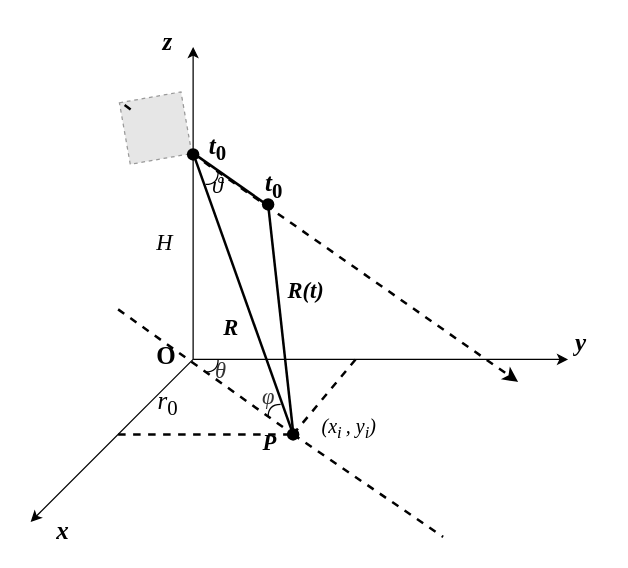
Above: forward-looking.drawio in LFNing/General (draw.io), before the change. Source tidied: cells renumbered, new cells numbered last; positions are measured from the earlier drawing's top-left corner, leaving out a move shared by most shapes. Both pictures are drawn from the tidied source at 125%, with x=0, y=0 at pixel (30, 21). Pictures stored in the file or linked from it are replaced by grey dashed boxes.
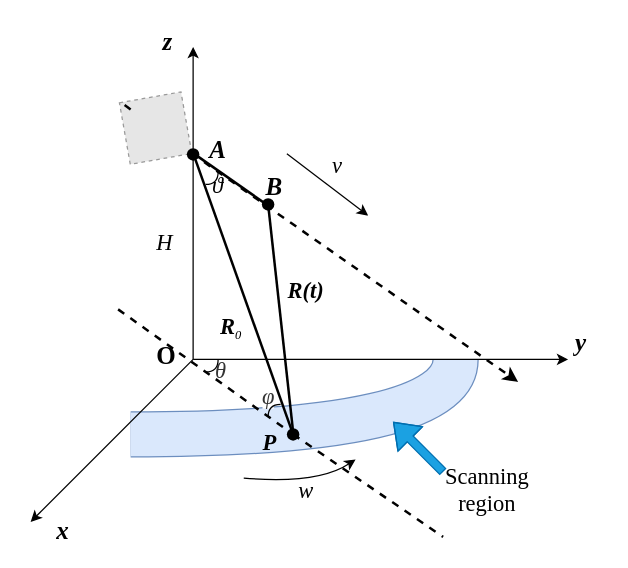
After the change.

Change to the diagram source:
```diff
@@
+    <mxCell id="39" style="shape=filledEdge;rounded=0;fixDash=1;endArrow=none;strokeWidth=37;fillColor=#dae8fc;edgeStyle=orthogonalEdgeStyle;html=1;strokeColor=#6c8ebf;curved=1;" parent="1" edge="1">
+      <mxGeometry relative="1" as="geometry">
+        <mxPoint x="80" y="330" as="sourcePoint" />
+        <mxPoint x="340" y="270" as="targetPoint" />
+        <Array as="points">
+          <mxPoint x="340" y="330" />
+        </Array>
+      </mxGeometry>
+    </mxCell>
@@
-    <mxCell id="19" value="&lt;i style=&quot;font-size: 18px;&quot;&gt;&lt;b&gt;R&lt;/b&gt;&lt;/i&gt;" style="text;html=1;align=center;verticalAlign=middle;fillColor=none;strokeColor=none;rounded=0;fontFamily=Times New Roman;fontSize=11;" parent="1" vertex="1">
+    <mxCell id="19" value="&lt;b style=&quot;font-size: 18px; font-style: italic;&quot;&gt;R&lt;/b&gt;&lt;sub style=&quot;&quot;&gt;&lt;i style=&quot;&quot;&gt;&lt;font style=&quot;font-size: 10px;&quot;&gt;0&lt;/font&gt;&lt;/i&gt;&lt;/sub&gt;" style="text;html=1;align=center;verticalAlign=middle;fillColor=none;strokeColor=none;rounded=0;fontFamily=Times New Roman;fontSize=11;" parent="1" vertex="1">
       <mxGeometry x="140" y="225" width="40" height="40" as="geometry" />
     </mxCell>
@@
-    <mxCell id="32" style="endArrow=none;dashed=1;html=1;strokeWidth=2;rounded=0;startArrow=none;" parent="1" edge="1">
-      <mxGeometry relative="1" as="geometry">
-        <mxPoint x="70" y="330" as="sourcePoint" />
-        <mxPoint x="210" y="330" as="targetPoint" />
-      </mxGeometry>
-    </mxCell>
-    <mxCell id="33" style="endArrow=none;dashed=1;html=1;strokeWidth=2;rounded=0;startArrow=none;" parent="1" edge="1">
-      <mxGeometry relative="1" as="geometry">
-        <mxPoint x="210" y="330" as="sourcePoint" />
-        <mxPoint x="260" y="270" as="targetPoint" />
-      </mxGeometry>
-    </mxCell>
-    <mxCell id="34" value="&lt;font face=&quot;Times New Roman&quot; style=&quot;font-size: 20px;&quot;&gt;&lt;b&gt;&lt;i&gt;t&lt;/i&gt;&lt;sub&gt;0&lt;/sub&gt;&lt;/b&gt;&lt;/font&gt;" style="text;html=1;strokeColor=none;fillColor=none;align=center;verticalAlign=middle;whiteSpace=wrap;rounded=0;" parent="1" vertex="1">
+    <mxCell id="34" value="&lt;font face=&quot;Times New Roman&quot;&gt;&lt;span style=&quot;font-size: 20px;&quot;&gt;&lt;b&gt;&lt;i&gt;A&lt;/i&gt;&lt;/b&gt;&lt;/span&gt;&lt;/font&gt;" style="text;html=1;strokeColor=none;fillColor=none;align=center;verticalAlign=middle;whiteSpace=wrap;rounded=0;" parent="1" vertex="1">
       <mxGeometry x="120" y="86" width="60" height="30" as="geometry" />
     </mxCell>
-    <mxCell id="35" value="&lt;font face=&quot;Times New Roman&quot; style=&quot;font-size: 20px;&quot;&gt;&lt;b&gt;&lt;i&gt;t&lt;/i&gt;&lt;sub&gt;0&lt;/sub&gt;&lt;/b&gt;&lt;/font&gt;" style="text;html=1;strokeColor=none;fillColor=none;align=center;verticalAlign=middle;whiteSpace=wrap;rounded=0;" parent="1" vertex="1">
+    <mxCell id="35" value="&lt;font face=&quot;Times New Roman&quot;&gt;&lt;span style=&quot;font-size: 20px;&quot;&gt;&lt;b&gt;&lt;i&gt;B&lt;/i&gt;&lt;/b&gt;&lt;/span&gt;&lt;/font&gt;" style="text;html=1;strokeColor=none;fillColor=none;align=center;verticalAlign=middle;whiteSpace=wrap;rounded=0;" parent="1" vertex="1">
       <mxGeometry x="165" y="115.5" width="60" height="30" as="geometry" />
     </mxCell>
-    <mxCell id="36" value="&lt;font face=&quot;Times New Roman&quot;&gt;&lt;span style=&quot;font-size: 20px;&quot;&gt;&lt;span&gt;&lt;i&gt;r&lt;/i&gt;&lt;sub&gt;0&lt;/sub&gt;&lt;/span&gt;&lt;/span&gt;&lt;/font&gt;" style="text;html=1;strokeColor=none;fillColor=none;align=center;verticalAlign=middle;whiteSpace=wrap;rounded=0;fontStyle=0;" parent="1" vertex="1">
-      <mxGeometry x="80" y="290" width="60" height="30" as="geometry" />
-    </mxCell>
-    <mxCell id="37" value="&lt;font style=&quot;font-size: 16px;&quot;&gt;&lt;span style=&quot;border-color: var(--border-color); font-family: &amp;quot;Times New Roman&amp;quot;;&quot;&gt;&lt;i style=&quot;border-color: var(--border-color);&quot;&gt;(x&lt;sub style=&quot;border-color: var(--border-color);&quot;&gt;i&amp;nbsp;&lt;/sub&gt;&lt;/i&gt;&lt;/span&gt;&lt;font style=&quot;font-size: 16px;&quot; face=&quot;Times New Roman&quot;&gt;&lt;i&gt;, y&lt;sub&gt;i&lt;/sub&gt;&lt;/i&gt;&lt;/font&gt;&lt;span style=&quot;border-color: var(--border-color); font-family: &amp;quot;Times New Roman&amp;quot;;&quot;&gt;&lt;i style=&quot;border-color: var(--border-color);&quot;&gt;)&lt;/i&gt;&lt;/span&gt;&lt;/font&gt;" style="text;html=1;strokeColor=none;fillColor=none;align=center;verticalAlign=middle;whiteSpace=wrap;rounded=0;" parent="1" vertex="1">
-      <mxGeometry x="225" y="310" width="60" height="30" as="geometry" />
-    </mxCell>
@@
+    <mxCell id="40" style="endArrow=classic;html=1;rounded=0;" parent="1" edge="1">
+      <mxGeometry relative="1" as="geometry">
+        <mxPoint x="205" y="105.5" as="sourcePoint" />
+        <mxPoint x="270" y="155" as="targetPoint" />
+      </mxGeometry>
+    </mxCell>
+    <mxCell id="41" value="&lt;i&gt;&lt;font style=&quot;font-size: 18px;&quot; face=&quot;Times New Roman&quot;&gt;v&lt;/font&gt;&lt;/i&gt;" style="text;html=1;align=center;verticalAlign=middle;strokeColor=none;fillColor=none;" parent="1" vertex="1">
+      <mxGeometry x="230" y="95" width="30" height="40" as="geometry" />
+    </mxCell>
+    <mxCell id="42" style="endArrow=classic;html=1;rounded=0;curved=1;" parent="1" edge="1">
+      <mxGeometry relative="1" as="geometry">
+        <mxPoint x="170.5" y="365" as="sourcePoint" />
+        <mxPoint x="260" y="350" as="targetPoint" />
+        <Array as="points">
+          <mxPoint x="230" y="370" />
+        </Array>
+      </mxGeometry>
+    </mxCell>
+    <mxCell id="43" value="&lt;font size=&quot;1&quot; face=&quot;Times New Roman&quot;&gt;&lt;i style=&quot;font-size: 18px;&quot;&gt;w&lt;/i&gt;&lt;/font&gt;" style="text;html=1;align=center;verticalAlign=middle;strokeColor=none;fillColor=none;" parent="1" vertex="1">
+      <mxGeometry x="200" y="355" width="40" height="40" as="geometry" />
+    </mxCell>
+    <mxCell id="44" style="shape=flexArrow;endArrow=classic;html=1;rounded=0;width=6.666666666666666;endSize=5.933333333333333;fillColor=#1ba1e2;strokeColor=#006EAF;" parent="1" edge="1">
+      <mxGeometry relative="1" as="geometry">
+        <mxPoint x="330" y="360" as="sourcePoint" />
+        <mxPoint x="290" y="320" as="targetPoint" />
+        <Array as="points">
+          <mxPoint x="320" y="350" />
+        </Array>
+      </mxGeometry>
+    </mxCell>
+    <mxCell id="45" value="&lt;font style=&quot;font-size: 18px;&quot; face=&quot;Times New Roman&quot;&gt;Scanning &lt;br&gt;region&lt;/font&gt;" style="text;html=1;align=center;verticalAlign=middle;strokeColor=none;fillColor=none;" parent="1" vertex="1">
+      <mxGeometry x="320" y="345" width="90" height="60" as="geometry" />
+    </mxCell>
```
